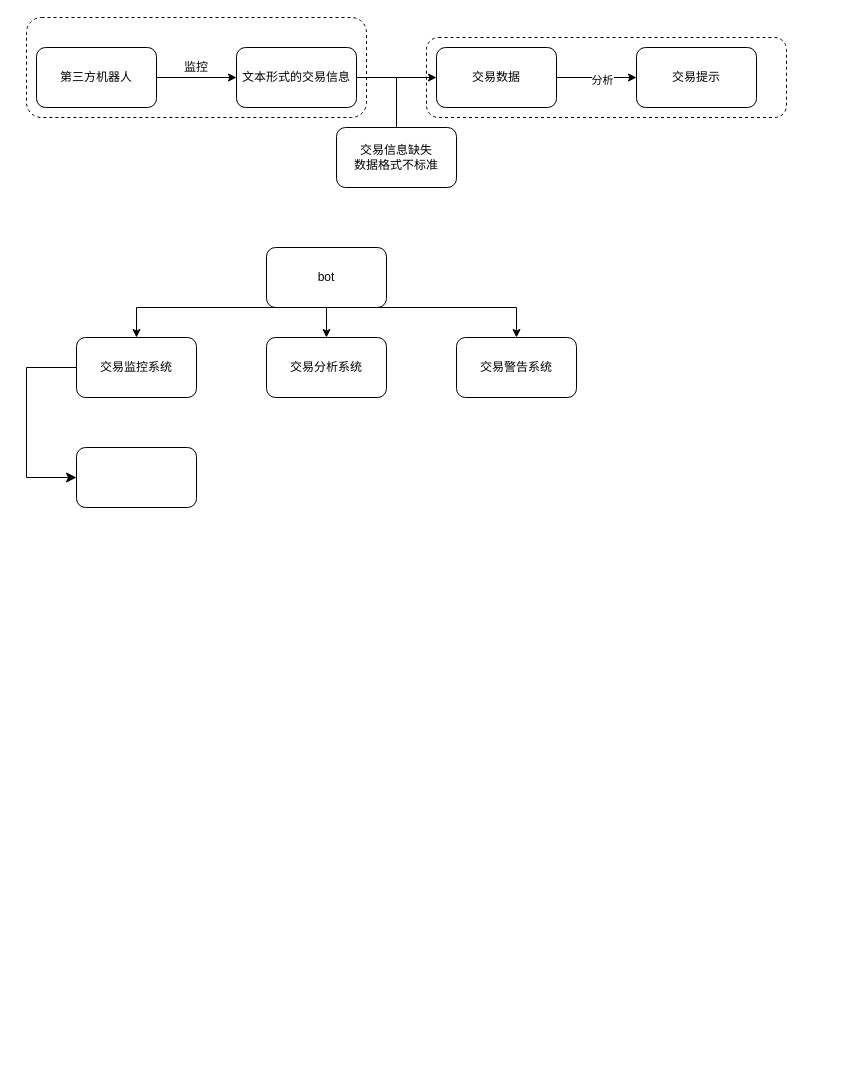
Above: 未命名绘图.drawio in YuPccc/My-learning-demo (draw.io), before the change. Source tidied: cells renumbered, new cells numbered last; positions are measured from the earlier drawing's top-left corner, leaving out a move shared by most shapes. Both pictures are drawn from the tidied source at 100%, with x=0, y=0 at pixel (26, 17).
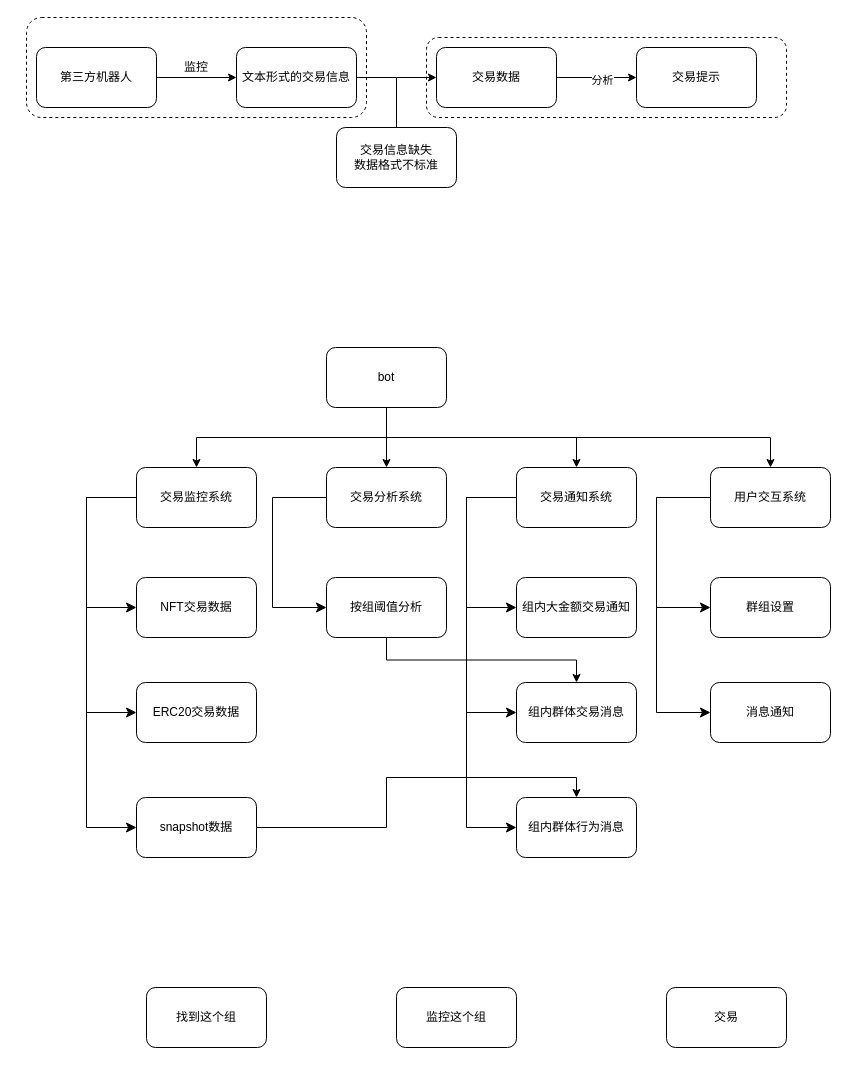
Above is the later version.

Commit message:
更新未命名绘图.drawio

Diff of the diagram source:
```diff
@@
     <mxCell id="14" value="交易监控系统" style="rounded=1;whiteSpace=wrap;html=1;" parent="1" vertex="1">
-      <mxGeometry x="50" y="320" width="120" height="60" as="geometry" />
+      <mxGeometry x="110" y="450" width="120" height="60" as="geometry" />
     </mxCell>
     <mxCell id="15" value="交易分析系统" style="rounded=1;whiteSpace=wrap;html=1;" parent="1" vertex="1">
-      <mxGeometry x="240" y="320" width="120" height="60" as="geometry" />
+      <mxGeometry x="300" y="450" width="120" height="60" as="geometry" />
     </mxCell>
-    <mxCell id="16" value="交易警告系统" style="rounded=1;whiteSpace=wrap;html=1;" parent="1" vertex="1">
-      <mxGeometry x="430" y="320" width="120" height="60" as="geometry" />
+    <mxCell id="16" value="交易通知系统" style="rounded=1;whiteSpace=wrap;html=1;" parent="1" vertex="1">
+      <mxGeometry x="490" y="450" width="120" height="60" as="geometry" />
     </mxCell>
-    <mxCell id="17" style="rounded=1;whiteSpace=wrap;html=1;" parent="1" vertex="1">
-      <mxGeometry x="50" y="430" width="120" height="60" as="geometry" />
+    <mxCell id="17" value="NFT交易数据" style="rounded=1;whiteSpace=wrap;html=1;" parent="1" vertex="1">
+      <mxGeometry x="110" y="560" width="120" height="60" as="geometry" />
     </mxCell>
     <mxCell id="18" style="edgeStyle=elbowEdgeStyle;elbow=vertical;endArrow=classic;html=1;curved=0;rounded=0;endSize=8;startSize=8;exitX=0;exitY=0.5;exitDx=0;exitDy=0;entryX=0;entryY=0.5;entryDx=0;entryDy=0;" parent="1" edge="1" source="14" target="17">
       <mxGeometry relative="1" as="geometry">
         <Array as="points">
-          <mxPoint y="420" />
+          <mxPoint x="60" y="550" />
         </Array>
       </mxGeometry>
     </mxCell>
     <mxCell id="19" value="bot" style="rounded=1;whiteSpace=wrap;html=1;" parent="1" vertex="1">
-      <mxGeometry x="240" y="230" width="120" height="60" as="geometry" />
+      <mxGeometry x="300" y="330" width="120" height="60" as="geometry" />
     </mxCell>
     <mxCell id="20" style="endArrow=classic;html=1;rounded=0;exitX=0.5;exitY=1;exitDx=0;exitDy=0;entryX=0.5;entryY=0;entryDx=0;entryDy=0;" parent="1" edge="1" source="19" target="14">
       <mxGeometry relative="1" as="geometry">
         <Array as="points">
-          <mxPoint x="110" y="290" />
+          <mxPoint x="360" y="420" />
+          <mxPoint x="170" y="420" />
         </Array>
       </mxGeometry>
     </mxCell>
     <mxCell id="21" style="endArrow=classic;html=1;rounded=0;entryX=0.5;entryY=0;entryDx=0;entryDy=0;" parent="1" edge="1" target="15">
       <mxGeometry relative="1" as="geometry">
-        <mxPoint x="300" y="290" as="sourcePoint" />
+        <mxPoint x="360" y="390" as="sourcePoint" />
       </mxGeometry>
     </mxCell>
-    <mxCell id="22" style="endArrow=classic;html=1;rounded=0;entryX=0.5;entryY=0;entryDx=0;entryDy=0;" parent="1" edge="1" target="16">
+    <mxCell id="22" style="endArrow=classic;html=1;rounded=0;entryX=0.5;entryY=0;entryDx=0;entryDy=0;exitX=0.5;exitY=1;exitDx=0;exitDy=0;" parent="1" edge="1" source="19" target="16">
       <mxGeometry relative="1" as="geometry">
-        <mxPoint x="300" y="290" as="sourcePoint" />
         <Array as="points">
-          <mxPoint x="490" y="290" />
+          <mxPoint x="360" y="420" />
+          <mxPoint x="550" y="420" />
         </Array>
       </mxGeometry>
     </mxCell>
+    <mxCell id="23" value="ERC20交易数据" style="rounded=1;whiteSpace=wrap;html=1;" parent="1" vertex="1">
+      <mxGeometry x="110" y="665" width="120" height="60" as="geometry" />
+    </mxCell>
+    <mxCell id="24" style="edgeStyle=elbowEdgeStyle;elbow=vertical;endArrow=classic;html=1;curved=0;rounded=0;endSize=8;startSize=8;exitX=0;exitY=0.5;exitDx=0;exitDy=0;entryX=0;entryY=0.5;entryDx=0;entryDy=0;" parent="1" edge="1" source="14" target="23">
+      <mxGeometry relative="1" as="geometry">
+        <Array as="points">
+          <mxPoint x="60" y="690" />
+        </Array>
+      </mxGeometry>
+    </mxCell>
+    <mxCell id="25" style="edgeStyle=orthogonalEdgeStyle;rounded=0;jettySize=auto;html=1;exitX=1;exitY=0.5;exitDx=0;exitDy=0;entryX=0.5;entryY=0;entryDx=0;entryDy=0;" parent="1" edge="1" source="26" target="35">
+      <mxGeometry relative="1" as="geometry" />
+    </mxCell>
+    <mxCell id="26" value="snapshot数据" style="rounded=1;whiteSpace=wrap;html=1;" parent="1" vertex="1">
+      <mxGeometry x="110" y="780" width="120" height="60" as="geometry" />
+    </mxCell>
+    <mxCell id="27" style="edgeStyle=elbowEdgeStyle;elbow=vertical;endArrow=classic;html=1;curved=0;rounded=0;endSize=8;startSize=8;exitX=0;exitY=0.5;exitDx=0;exitDy=0;entryX=0;entryY=0.5;entryDx=0;entryDy=0;" parent="1" edge="1" source="14" target="26">
+      <mxGeometry relative="1" as="geometry">
+        <Array as="points">
+          <mxPoint x="60" y="640" />
+        </Array>
+      </mxGeometry>
+    </mxCell>
+    <mxCell id="28" style="edgeStyle=orthogonalEdgeStyle;rounded=0;jettySize=auto;html=1;exitX=0.5;exitY=1;exitDx=0;exitDy=0;entryX=0.5;entryY=0;entryDx=0;entryDy=0;" parent="1" edge="1" source="29" target="33">
+      <mxGeometry relative="1" as="geometry" />
+    </mxCell>
+    <mxCell id="29" value="按组阈值分析" style="rounded=1;whiteSpace=wrap;html=1;" parent="1" vertex="1">
+      <mxGeometry x="300" y="560" width="120" height="60" as="geometry" />
+    </mxCell>
+    <mxCell id="30" style="edgeStyle=elbowEdgeStyle;elbow=vertical;endArrow=classic;html=1;curved=0;rounded=0;endSize=8;startSize=8;entryX=0;entryY=0.5;entryDx=0;entryDy=0;exitX=0;exitY=0.5;exitDx=0;exitDy=0;" parent="1" edge="1" source="15" target="29">
+      <mxGeometry relative="1" as="geometry">
+        <Array as="points">
+          <mxPoint x="246" y="550" />
+        </Array>
+      </mxGeometry>
+    </mxCell>
+    <mxCell id="31" value="组内大金额交易通知" style="rounded=1;whiteSpace=wrap;html=1;" parent="1" vertex="1">
+      <mxGeometry x="490" y="560" width="120" height="60" as="geometry" />
+    </mxCell>
+    <mxCell id="32" style="edgeStyle=elbowEdgeStyle;elbow=vertical;endArrow=classic;html=1;curved=0;rounded=0;endSize=8;startSize=8;exitX=0;exitY=0.5;exitDx=0;exitDy=0;entryX=0;entryY=0.5;entryDx=0;entryDy=0;" parent="1" edge="1" source="16" target="31">
+      <mxGeometry relative="1" as="geometry">
+        <Array as="points">
+          <mxPoint x="440" y="540" />
+        </Array>
+      </mxGeometry>
+    </mxCell>
+    <mxCell id="33" value="组内群体交易消息" style="rounded=1;whiteSpace=wrap;html=1;" parent="1" vertex="1">
+      <mxGeometry x="490" y="665" width="120" height="60" as="geometry" />
+    </mxCell>
+    <mxCell id="34" style="edgeStyle=elbowEdgeStyle;elbow=vertical;endArrow=classic;html=1;curved=0;rounded=0;endSize=8;startSize=8;exitX=0;exitY=0.5;exitDx=0;exitDy=0;entryX=0;entryY=0.5;entryDx=0;entryDy=0;" parent="1" edge="1" source="16" target="33">
+      <mxGeometry relative="1" as="geometry">
+        <Array as="points">
+          <mxPoint x="440" y="590" />
+        </Array>
+      </mxGeometry>
+    </mxCell>
+    <mxCell id="35" value="组内群体行为消息" style="rounded=1;whiteSpace=wrap;html=1;" parent="1" vertex="1">
+      <mxGeometry x="490" y="780" width="120" height="60" as="geometry" />
+    </mxCell>
+    <mxCell id="36" style="edgeStyle=elbowEdgeStyle;elbow=vertical;endArrow=classic;html=1;curved=0;rounded=0;endSize=8;startSize=8;entryX=0;entryY=0.5;entryDx=0;entryDy=0;exitX=0;exitY=0.5;exitDx=0;exitDy=0;" parent="1" edge="1" source="16" target="35">
+      <mxGeometry relative="1" as="geometry">
+        <Array as="points">
+          <mxPoint x="440" y="650" />
+        </Array>
+      </mxGeometry>
+    </mxCell>
+    <mxCell id="37" value="用户交互系统" style="rounded=1;whiteSpace=wrap;html=1;" parent="1" vertex="1">
+      <mxGeometry x="684" y="450" width="120" height="60" as="geometry" />
+    </mxCell>
+    <mxCell id="38" value="群组设置" style="rounded=1;whiteSpace=wrap;html=1;" parent="1" vertex="1">
+      <mxGeometry x="684" y="560" width="120" height="60" as="geometry" />
+    </mxCell>
+    <mxCell id="39" style="edgeStyle=elbowEdgeStyle;elbow=vertical;endArrow=classic;html=1;curved=0;rounded=0;endSize=8;startSize=8;entryX=0;entryY=0.5;entryDx=0;entryDy=0;exitX=0;exitY=0.5;exitDx=0;exitDy=0;" parent="1" edge="1" source="37" target="38">
+      <mxGeometry relative="1" as="geometry">
+        <Array as="points">
+          <mxPoint x="630" y="550" />
+        </Array>
+      </mxGeometry>
+    </mxCell>
+    <mxCell id="40" style="endArrow=classic;html=1;rounded=0;entryX=0.5;entryY=0;entryDx=0;entryDy=0;" parent="1" edge="1" target="37">
+      <mxGeometry relative="1" as="geometry">
+        <mxPoint x="360" y="390" as="sourcePoint" />
+        <Array as="points">
+          <mxPoint x="360" y="420" />
+          <mxPoint x="744" y="420" />
+        </Array>
+      </mxGeometry>
+    </mxCell>
+    <mxCell id="41" value="消息通知" style="rounded=1;whiteSpace=wrap;html=1;" parent="1" vertex="1">
+      <mxGeometry x="684" y="665" width="120" height="60" as="geometry" />
+    </mxCell>
+    <mxCell id="42" style="edgeStyle=elbowEdgeStyle;elbow=vertical;endArrow=classic;html=1;curved=0;rounded=0;endSize=8;startSize=8;entryX=0;entryY=0.5;entryDx=0;entryDy=0;exitX=0;exitY=0.5;exitDx=0;exitDy=0;" parent="1" edge="1" source="37" target="41">
+      <mxGeometry relative="1" as="geometry">
+        <Array as="points">
+          <mxPoint x="630" y="580" />
+        </Array>
+      </mxGeometry>
+    </mxCell>
+    <mxCell id="43" value="找到这个组" style="rounded=1;whiteSpace=wrap;html=1;" parent="1" vertex="1">
+      <mxGeometry x="120" y="970" width="120" height="60" as="geometry" />
+    </mxCell>
+    <mxCell id="44" value="监控这个组" style="rounded=1;whiteSpace=wrap;html=1;" parent="1" vertex="1">
+      <mxGeometry x="370" y="970" width="120" height="60" as="geometry" />
+    </mxCell>
+    <mxCell id="45" value="交易" style="rounded=1;whiteSpace=wrap;html=1;" parent="1" vertex="1">
+      <mxGeometry x="640" y="970" width="120" height="60" as="geometry" />
+    </mxCell>
```
